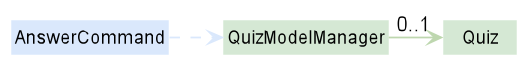
Earlier version of the PlantUML export docs/images/StoreAnswerClassDiagram.png (petrickjerico/tp). Its diagram source:
```plantuml
@startuml
!include style.puml
skinparam arrowThickness 1.1
skinparam arrowColor MODEL_COLOR_T1
skinparam classBackgroundColor MODEL_COLOR

class AnswerCommand LOGIC_COLOR
class QuizModelManager
class Quiz

AnswerCommand .> QuizModelManager LOGIC_COLOR
QuizModelManager -> "0..1" Quiz
@enduml
```
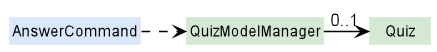
After the change.

Change to the diagram source:
```diff
@@ -1,13 +1,13 @@
 @startuml
 !include style.puml
 skinparam arrowThickness 1.1
-skinparam arrowColor MODEL_COLOR_T1
+skinparam arrowColor #black
 skinparam classBackgroundColor MODEL_COLOR
 
 class AnswerCommand LOGIC_COLOR
 class QuizModelManager
 class Quiz
 
-AnswerCommand .> QuizModelManager LOGIC_COLOR
+AnswerCommand .> QuizModelManager
 QuizModelManager -> "0..1" Quiz
 @enduml
```
